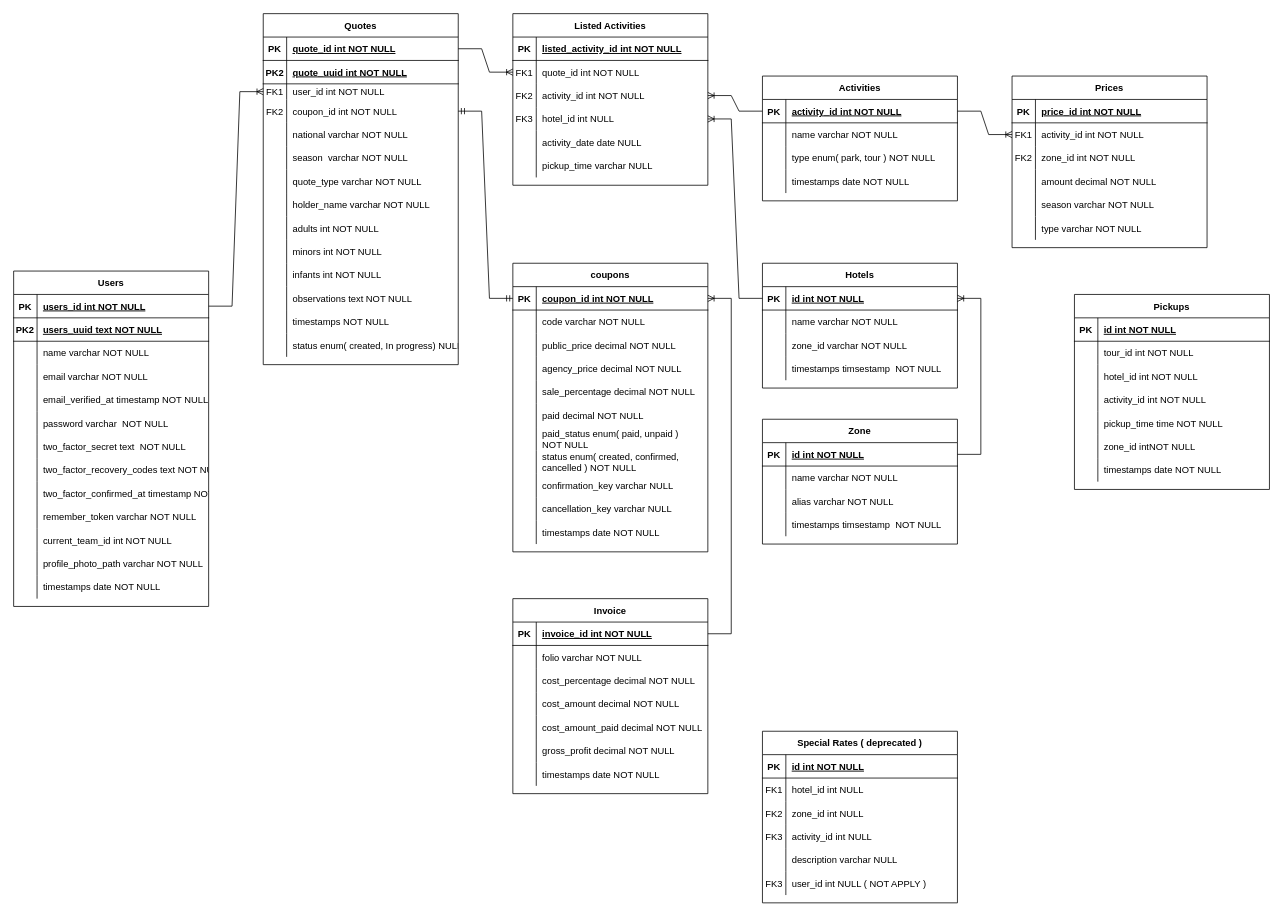
Before: Diagrama sin título.drawio in Pcbtroniks/quote, a draw.io diagram. Source tidied: cells renumbered, new cells numbered last; positions are measured from the earlier drawing's top-left corner, leaving out a move shared by most shapes. Both pictures are drawn from the tidied source at 78%, with x=0, y=0 at pixel (13, 13).
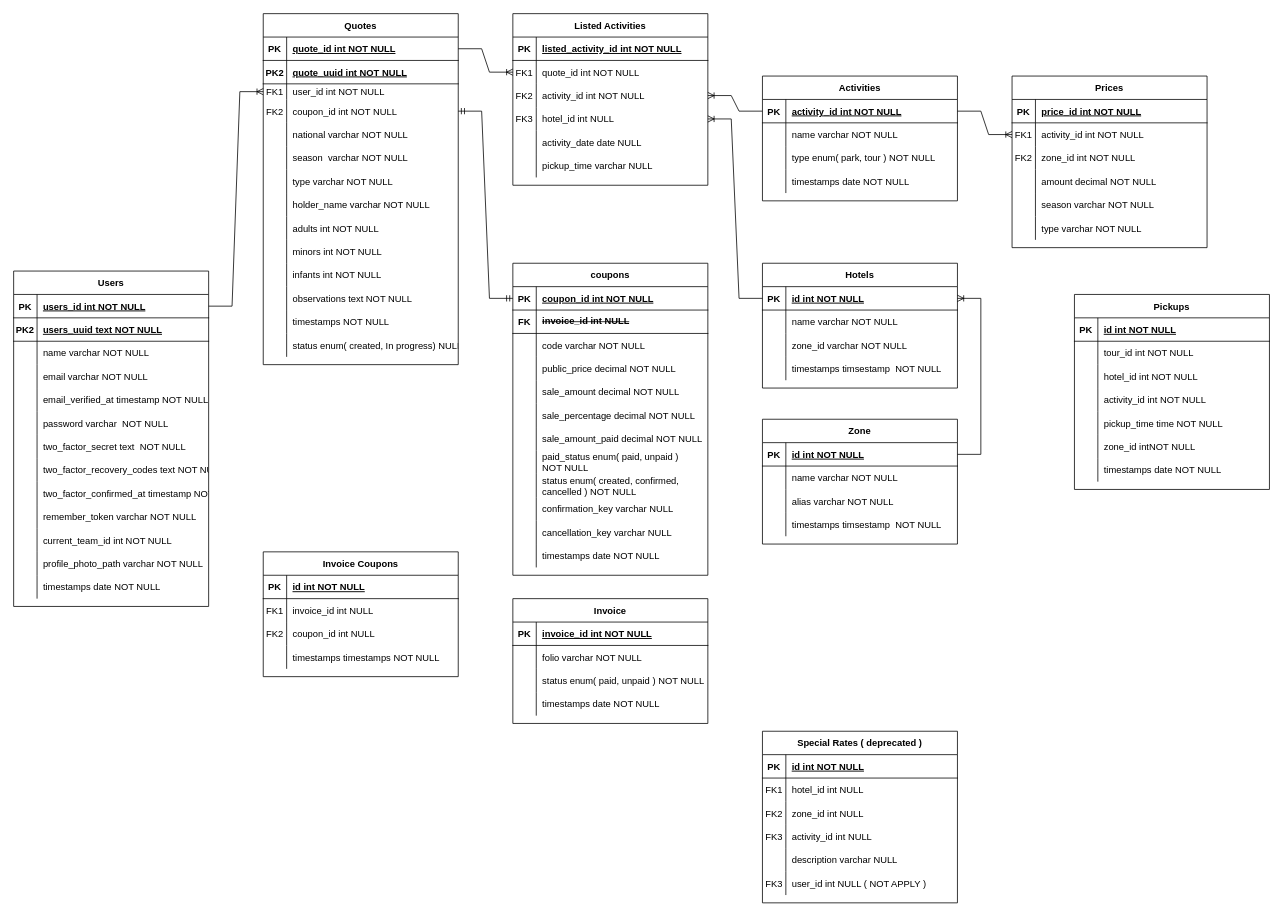
The same page after the edit.

Unchanged cells that the change refers to:
```xml
<mxCell id="21" style="shape=partialRectangle;fillColor=none;top=0;left=0;right=0;bottom=0;" parent="2" vertex="1">
  <mxGeometry y="200" width="250" height="30" as="geometry" />
</mxCell>
<mxCell id="137" style="shape=partialRectangle;fillColor=none;points=[[0,0.5],[1,0.5]];portConstraint=eastwest;top=0;left=0;right=0;bottom=1;" parent="136" vertex="1">
  <mxGeometry y="30" width="250" height="30" as="geometry" />
</mxCell>
<mxCell id="245" style="shape=partialRectangle;fillColor=none;points=[[0,0.5],[1,0.5]];portConstraint=eastwest;top=0;left=0;right=0;bottom=1;" parent="244" vertex="1">
  <mxGeometry y="30" width="250" height="30" as="geometry" />
</mxCell>
<mxCell id="251" style="shape=partialRectangle;fillColor=none;top=0;left=0;right=0;bottom=0;" parent="244" vertex="1">
  <mxGeometry y="90" width="250" height="30" as="geometry" />
</mxCell>
```

Diff of the diagram source:
```diff
@@
-    <mxCell id="23" value="quote_type varchar NOT NULL" style="shape=partialRectangle;overflow=hidden;fillColor=none;top=0;left=0;bottom=0;right=0;align=left;spacingLeft=6;" parent="21" vertex="1">
+    <mxCell id="23" value="type varchar NOT NULL" style="shape=partialRectangle;overflow=hidden;fillColor=none;top=0;left=0;bottom=0;right=0;align=left;spacingLeft=6;" parent="21" vertex="1">
       <mxGeometry x="30" width="220" height="30" as="geometry" />
     </mxCell>
@@
     <mxCell id="136" value="coupons" style="shape=table;startSize=30;childLayout=tableLayout;rowLines=0;fontStyle=1;align=center;" parent="1" vertex="1">
-      <mxGeometry x="640" y="320" width="250" height="370" as="geometry" />
+      <mxGeometry x="640" y="320" width="250" height="400" as="geometry" />
     </mxCell>
@@
+    <mxCell id="267" style="shape=partialRectangle;fillColor=none;top=0;left=0;right=0;bottom=1;" parent="136" vertex="1">
+      <mxGeometry y="60" width="250" height="30" as="geometry" />
+    </mxCell>
+    <mxCell id="268" value="FK" style="shape=partialRectangle;overflow=hidden;fillColor=none;top=0;left=0;bottom=0;right=0;fontStyle=1;" parent="267" vertex="1">
+      <mxGeometry width="30" height="30" as="geometry" />
+    </mxCell>
+    <mxCell id="269" value="&lt;s&gt;invoice_id&amp;nbsp;int NULL&lt;/s&gt;" style="shape=partialRectangle;overflow=hidden;fillColor=none;top=0;left=0;bottom=0;right=0;align=left;spacingLeft=6;fontStyle=1;sketch=0;html=1;" parent="267" vertex="1">
+      <mxGeometry x="30" width="220" height="30" as="geometry" />
+    </mxCell>
     <mxCell id="140" style="shape=partialRectangle;fillColor=none;top=0;left=0;right=0;bottom=0;" parent="136" vertex="1">
-      <mxGeometry y="60" width="250" height="30" as="geometry" />
+      <mxGeometry y="90" width="250" height="30" as="geometry" />
     </mxCell>
@@
     <mxCell id="143" style="shape=partialRectangle;fillColor=none;top=0;left=0;right=0;bottom=0;" parent="136" vertex="1">
-      <mxGeometry y="90" width="250" height="30" as="geometry" />
+      <mxGeometry y="120" width="250" height="30" as="geometry" />
     </mxCell>
@@
     <mxCell id="146" style="shape=partialRectangle;fillColor=none;top=0;left=0;right=0;bottom=0;" parent="136" vertex="1">
-      <mxGeometry y="120" width="250" height="30" as="geometry" />
+      <mxGeometry y="150" width="250" height="30" as="geometry" />
     </mxCell>
@@
-    <mxCell id="148" value="agency_price decimal NOT NULL" style="shape=partialRectangle;overflow=hidden;fillColor=none;top=0;left=0;bottom=0;right=0;align=left;spacingLeft=6;" parent="146" vertex="1">
+    <mxCell id="148" value="sale_amount decimal NOT NULL" style="shape=partialRectangle;overflow=hidden;fillColor=none;top=0;left=0;bottom=0;right=0;align=left;spacingLeft=6;" parent="146" vertex="1">
       <mxGeometry x="30" width="220" height="30" as="geometry" />
     </mxCell>
     <mxCell id="149" style="shape=partialRectangle;fillColor=none;top=0;left=0;right=0;bottom=0;" parent="136" vertex="1">
-      <mxGeometry y="150" width="250" height="30" as="geometry" />
+      <mxGeometry y="180" width="250" height="30" as="geometry" />
     </mxCell>
@@
     <mxCell id="152" style="shape=partialRectangle;fillColor=none;top=0;left=0;right=0;bottom=0;" parent="136" vertex="1">
-      <mxGeometry y="180" width="250" height="30" as="geometry" />
+      <mxGeometry y="210" width="250" height="30" as="geometry" />
     </mxCell>
@@
-    <mxCell id="154" value="paid decimal NOT NULL" style="shape=partialRectangle;overflow=hidden;fillColor=none;top=0;left=0;bottom=0;right=0;align=left;spacingLeft=6;" parent="152" vertex="1">
+    <mxCell id="154" value="sale_amount_paid decimal NOT NULL" style="shape=partialRectangle;overflow=hidden;fillColor=none;top=0;left=0;bottom=0;right=0;align=left;spacingLeft=6;" parent="152" vertex="1">
       <mxGeometry x="30" width="220" height="30" as="geometry" />
     </mxCell>
     <mxCell id="155" style="shape=partialRectangle;fillColor=none;top=0;left=0;right=0;bottom=0;" parent="136" vertex="1">
-      <mxGeometry y="210" width="250" height="30" as="geometry" />
+      <mxGeometry y="240" width="250" height="30" as="geometry" />
     </mxCell>
@@
     <mxCell id="158" style="shape=partialRectangle;fillColor=none;top=0;left=0;right=0;bottom=0;" parent="136" vertex="1">
-      <mxGeometry y="240" width="250" height="30" as="geometry" />
+      <mxGeometry y="270" width="250" height="30" as="geometry" />
     </mxCell>
@@
     <mxCell id="161" style="shape=partialRectangle;fillColor=none;top=0;left=0;right=0;bottom=0;" parent="136" vertex="1">
-      <mxGeometry y="270" width="250" height="30" as="geometry" />
+      <mxGeometry y="300" width="250" height="30" as="geometry" />
     </mxCell>
@@
     <mxCell id="164" style="shape=partialRectangle;fillColor=none;top=0;left=0;right=0;bottom=0;" parent="136" vertex="1">
-      <mxGeometry y="300" width="250" height="30" as="geometry" />
+      <mxGeometry y="330" width="250" height="30" as="geometry" />
     </mxCell>
@@
     <mxCell id="167" style="shape=partialRectangle;fillColor=none;top=0;left=0;right=0;bottom=0;" parent="136" vertex="1">
-      <mxGeometry y="330" width="250" height="30" as="geometry" />
+      <mxGeometry y="360" width="250" height="30" as="geometry" />
     </mxCell>
@@
     <mxCell id="244" value="Invoice" style="shape=table;startSize=30;childLayout=tableLayout;rowLines=0;fontStyle=1;align=center;" parent="1" vertex="1">
-      <mxGeometry x="640" y="750" width="250" height="250" as="geometry" />
+      <mxGeometry x="640" y="750" width="250" height="160" as="geometry" />
     </mxCell>
@@
-    <mxCell id="253" value="cost_percentage decimal NOT NULL" style="shape=partialRectangle;overflow=hidden;fillColor=none;top=0;left=0;bottom=0;right=0;align=left;spacingLeft=6;" parent="251" vertex="1">
+    <mxCell id="253" value="status enum( paid, unpaid ) NOT NULL" style="shape=partialRectangle;overflow=hidden;fillColor=none;top=0;left=0;bottom=0;right=0;align=left;spacingLeft=6;" parent="251" vertex="1">
       <mxGeometry x="30" width="220" height="30" as="geometry" />
     </mxCell>
-    <mxCell id="254" style="shape=partialRectangle;fillColor=none;top=0;left=0;right=0;bottom=0;" parent="244" vertex="1">
-      <mxGeometry y="120" width="250" height="30" as="geometry" />
-    </mxCell>
-    <mxCell id="255" style="shape=partialRectangle;overflow=hidden;fillColor=none;top=0;left=0;bottom=0;right=0;" parent="254" vertex="1">
-      <mxGeometry width="30" height="30" as="geometry" />
-    </mxCell>
-    <mxCell id="256" value="cost_amount decimal NOT NULL" style="shape=partialRectangle;overflow=hidden;fillColor=none;top=0;left=0;bottom=0;right=0;align=left;spacingLeft=6;" parent="254" vertex="1">
-      <mxGeometry x="30" width="220" height="30" as="geometry" />
-    </mxCell>
-    <mxCell id="257" style="shape=partialRectangle;fillColor=none;top=0;left=0;right=0;bottom=0;" parent="244" vertex="1">
-      <mxGeometry y="150" width="250" height="30" as="geometry" />
-    </mxCell>
-    <mxCell id="258" style="shape=partialRectangle;overflow=hidden;fillColor=none;top=0;left=0;bottom=0;right=0;" parent="257" vertex="1">
-      <mxGeometry width="30" height="30" as="geometry" />
-    </mxCell>
-    <mxCell id="259" value="cost_amount_paid decimal NOT NULL" style="shape=partialRectangle;overflow=hidden;fillColor=none;top=0;left=0;bottom=0;right=0;align=left;spacingLeft=6;" parent="257" vertex="1">
-      <mxGeometry x="30" width="220" height="30" as="geometry" />
-    </mxCell>
-    <mxCell id="260" style="shape=partialRectangle;fillColor=none;top=0;left=0;right=0;bottom=0;" parent="244" vertex="1">
-      <mxGeometry y="180" width="250" height="30" as="geometry" />
-    </mxCell>
-    <mxCell id="261" style="shape=partialRectangle;overflow=hidden;fillColor=none;top=0;left=0;bottom=0;right=0;" parent="260" vertex="1">
-      <mxGeometry width="30" height="30" as="geometry" />
-    </mxCell>
-    <mxCell id="262" value="gross_profit decimal NOT NULL" style="shape=partialRectangle;overflow=hidden;fillColor=none;top=0;left=0;bottom=0;right=0;align=left;spacingLeft=6;" parent="260" vertex="1">
-      <mxGeometry x="30" width="220" height="30" as="geometry" />
-    </mxCell>
     <mxCell id="263" style="shape=partialRectangle;fillColor=none;top=0;left=0;right=0;bottom=0;" parent="244" vertex="1">
-      <mxGeometry y="210" width="250" height="30" as="geometry" />
+      <mxGeometry y="120" width="250" height="30" as="geometry" />
     </mxCell>
@@
-    <mxCell id="266" style="edgeStyle=entityRelationEdgeStyle;fontSize=12;html=1;endArrow=ERoneToMany;rounded=0;" parent="1" edge="1" source="245" target="137">
-      <mxGeometry relative="1" as="geometry" />
-    </mxCell>
+    <mxCell id="270" value="Invoice Coupons" style="shape=table;startSize=30;childLayout=tableLayout;rowLines=0;fontStyle=1;align=center;" parent="1" vertex="1">
+      <mxGeometry x="320" y="690" width="250" height="160" as="geometry" />
+    </mxCell>
+    <mxCell id="271" style="shape=partialRectangle;fillColor=none;top=0;left=0;right=0;bottom=1;" parent="270" vertex="1">
+      <mxGeometry y="30" width="250" height="30" as="geometry" />
+    </mxCell>
+    <mxCell id="272" value="PK" style="shape=partialRectangle;overflow=hidden;fillColor=none;top=0;left=0;bottom=0;right=0;fontStyle=1;" parent="271" vertex="1">
+      <mxGeometry width="30" height="30" as="geometry" />
+    </mxCell>
+    <mxCell id="273" value="id int NOT NULL " style="shape=partialRectangle;overflow=hidden;fillColor=none;top=0;left=0;bottom=0;right=0;align=left;spacingLeft=6;fontStyle=5;" parent="271" vertex="1">
+      <mxGeometry x="30" width="220" height="30" as="geometry" />
+    </mxCell>
+    <mxCell id="274" style="shape=partialRectangle;fillColor=none;top=0;left=0;right=0;bottom=0;" parent="270" vertex="1">
+      <mxGeometry y="60" width="250" height="30" as="geometry" />
+    </mxCell>
+    <mxCell id="275" value="FK1" style="shape=partialRectangle;overflow=hidden;fillColor=none;top=0;left=0;bottom=0;right=0;" parent="274" vertex="1">
+      <mxGeometry width="30" height="30" as="geometry" />
+    </mxCell>
+    <mxCell id="276" value="invoice_id int NULL" style="shape=partialRectangle;overflow=hidden;fillColor=none;top=0;left=0;bottom=0;right=0;align=left;spacingLeft=6;" parent="274" vertex="1">
+      <mxGeometry x="30" width="220" height="30" as="geometry" />
+    </mxCell>
+    <mxCell id="277" style="shape=partialRectangle;fillColor=none;top=0;left=0;right=0;bottom=0;" parent="270" vertex="1">
+      <mxGeometry y="90" width="250" height="30" as="geometry" />
+    </mxCell>
+    <mxCell id="278" value="FK2" style="shape=partialRectangle;overflow=hidden;fillColor=none;top=0;left=0;bottom=0;right=0;" parent="277" vertex="1">
+      <mxGeometry width="30" height="30" as="geometry" />
+    </mxCell>
+    <mxCell id="279" value="coupon_id int NULL" style="shape=partialRectangle;overflow=hidden;fillColor=none;top=0;left=0;bottom=0;right=0;align=left;spacingLeft=6;" parent="277" vertex="1">
+      <mxGeometry x="30" width="220" height="30" as="geometry" />
+    </mxCell>
+    <mxCell id="254" style="shape=partialRectangle;fillColor=none;top=0;left=0;right=0;bottom=0;" parent="270" vertex="1">
+      <mxGeometry y="120" width="250" height="30" as="geometry" />
+    </mxCell>
+    <mxCell id="280" style="shape=partialRectangle;overflow=hidden;fillColor=none;top=0;left=0;bottom=0;right=0;" parent="254" vertex="1">
+      <mxGeometry width="30" height="30" as="geometry" />
+    </mxCell>
+    <mxCell id="281" value="timestamps timestamps NOT NULL" style="shape=partialRectangle;overflow=hidden;fillColor=none;top=0;left=0;bottom=0;right=0;align=left;spacingLeft=6;" parent="254" vertex="1">
+      <mxGeometry x="30" width="220" height="30" as="geometry" />
+    </mxCell>
```
